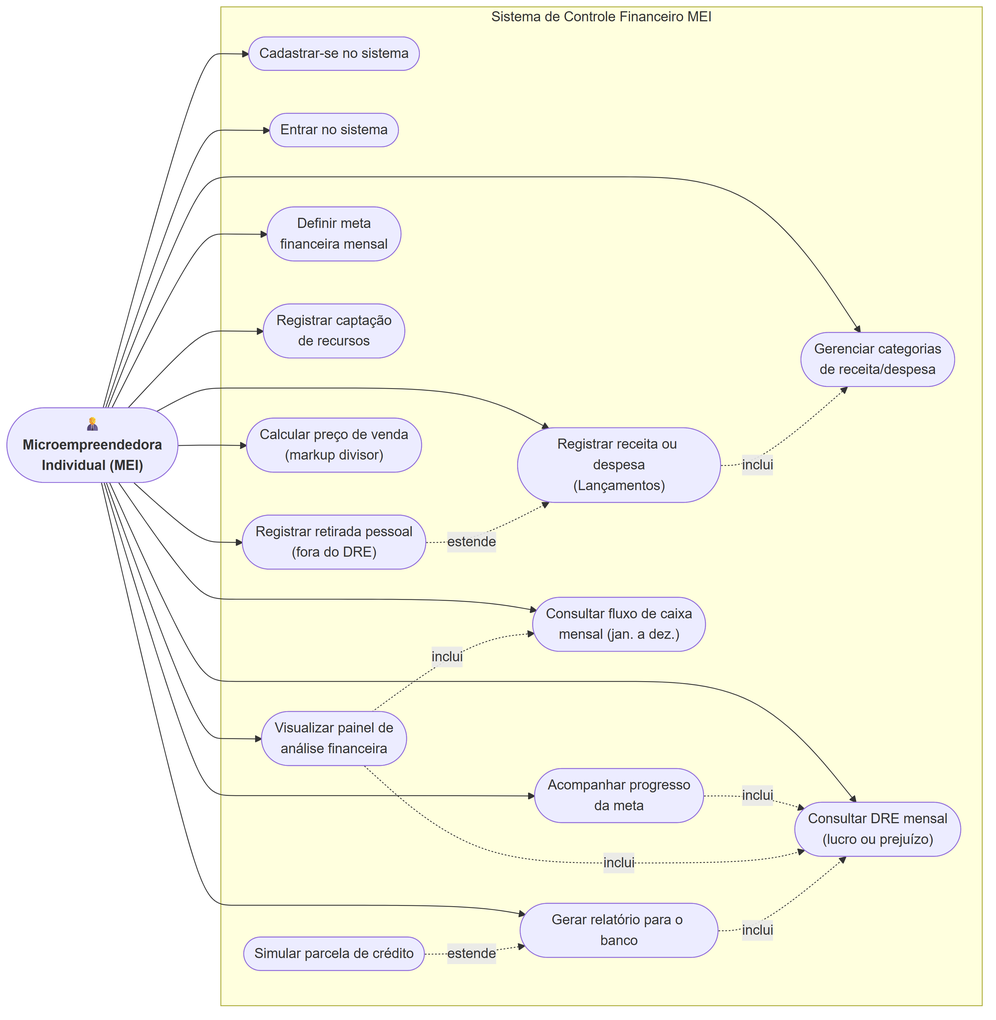
The Mermaid diagram docs/diagramas/finais/fig2_casos_de_uso.png in profetadiario/GFMEI, before a commit. Its source is kept beside it as docs/diagramas/fontes/fig2_casos_de_uso.mmd.
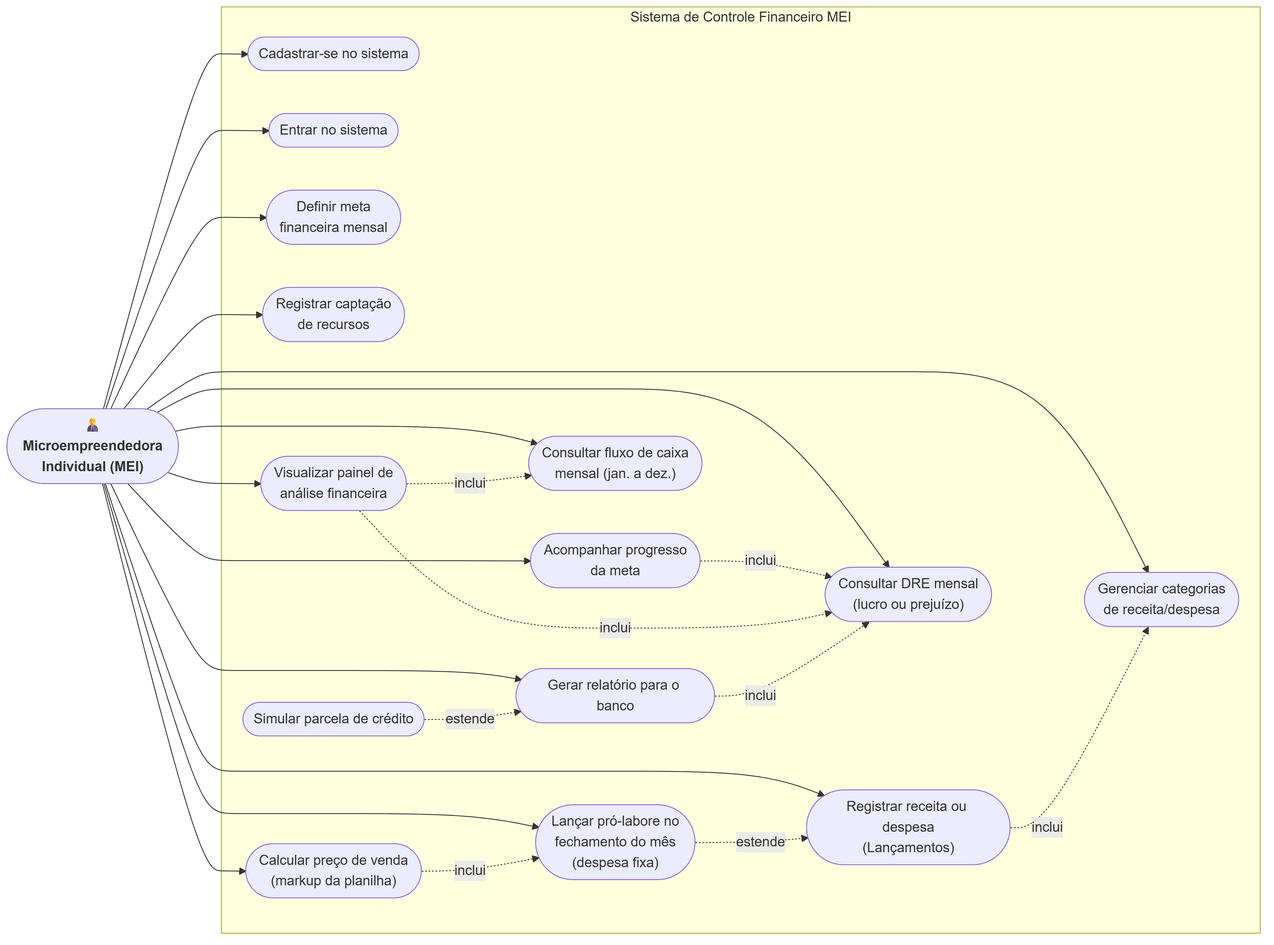
After the commit.

Change to the diagram source:
```diff
@@ -6,14 +6,14 @@
         UC2(["Entrar no sistema"])
         UC3(["Gerenciar categorias<br/>de receita/despesa"])
         UC4(["Registrar receita ou despesa<br/>(Lançamentos)"])
-        UC4b(["Registrar retirada pessoal<br/>(fora do DRE)"])
+        UC4b(["Lançar pró-labore no<br/>fechamento do mês<br/>(despesa fixa)"])
         UC5(["Definir meta<br/>financeira mensal"])
         UC6(["Acompanhar progresso<br/>da meta"])
         UC7(["Registrar captação<br/>de recursos"])
         UC8(["Visualizar painel de<br/>análise financeira"])
         UC9(["Consultar DRE mensal<br/>(lucro ou prejuízo)"])
         UC10(["Consultar fluxo de caixa<br/>mensal (jan. a dez.)"])
-        UC11(["Calcular preço de venda<br/>(markup divisor)"])
+        UC11(["Calcular preço de venda<br/>(markup da planilha)"])
         UC12(["Gerar relatório para o banco"])
         UC13(["Simular parcela de crédito"])
     end
@@ -24,4 +24,5 @@
     UC8 -. inclui .-> UC9
     UC8 -. inclui .-> UC10
     UC12 -. inclui .-> UC9
+    UC11 -. inclui .-> UC4b
     UC13 -. estende .-> UC12
```
